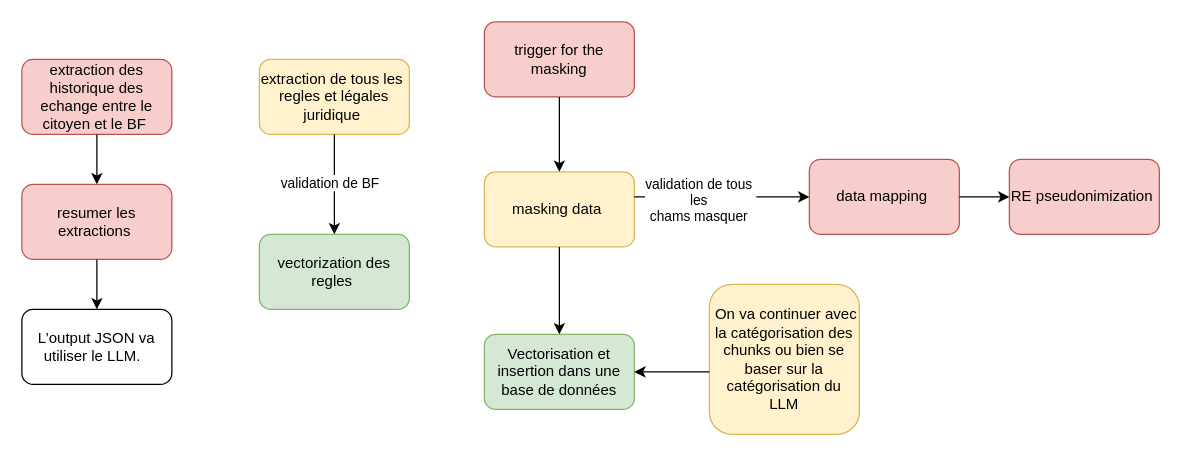
Before: flux restante.drawio in sahar389/api_go, a draw.io diagram. Source tidied: cells renumbered, new cells numbered last; positions are measured from the earlier drawing's top-left corner, leaving out a move shared by most shapes. Both pictures are drawn from the tidied source at 125%, with x=0, y=0 at pixel (21, 21).
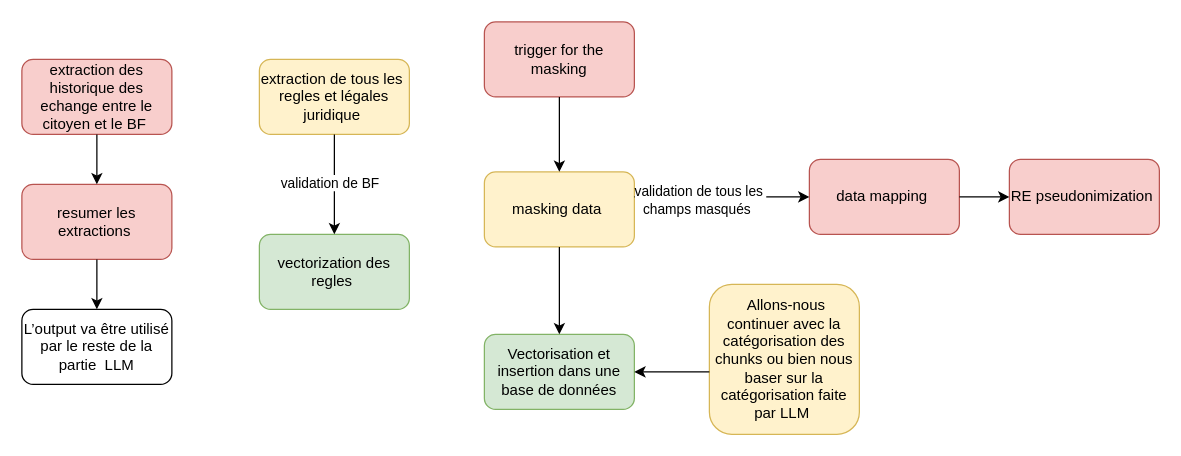
After the change.

The change refers to these unchanged cells:
```xml
<mxCell id="10" style="endArrow=classic;html=1;rounded=0;entryX=0;entryY=0.5;entryDx=0;entryDy=0;" parent="1" edge="1" target="6">
  <mxGeometry relative="1" as="geometry">
    <mxPoint x="490" y="140" as="sourcePoint" />
  </mxGeometry>
</mxCell>
```

What changed in the source:
```diff
@@
-    <mxCell id="7" value="&amp;nbsp;On va continuer avec la catégorisation des chunks ou bien se baser sur la catégorisation du LLM" style="rounded=1;whiteSpace=wrap;html=1;fillColor=#fff2cc;strokeColor=#d6b656;" parent="1" vertex="1">
+    <mxCell id="7" value="&amp;nbsp;Allons-nous continuer avec la catégorisation des chunks ou bien nous baser sur la catégorisation faite par LLM&amp;nbsp;" style="rounded=1;whiteSpace=wrap;html=1;fillColor=#fff2cc;strokeColor=#d6b656;" parent="1" vertex="1">
       <mxGeometry x="550" y="210" width="120" height="120" as="geometry" />
     </mxCell>
@@
-    <mxCell id="11" value="validation de tous&amp;nbsp;&lt;div&gt;les&amp;nbsp;&lt;div&gt;chams masquer&amp;nbsp;&lt;/div&gt;&lt;/div&gt;" style="edgeLabel;html=1;align=center;verticalAlign=middle;" parent="10" vertex="1">
+    <mxCell id="11" value="&lt;div&gt;&lt;div&gt;validation de tous les&amp;nbsp;&lt;/div&gt;&lt;div&gt;champs masqués &amp;nbsp;&lt;/div&gt;&lt;/div&gt;" style="edgeLabel;html=1;align=center;verticalAlign=middle;" parent="10" vertex="1">
       <mxGeometry x="-0.26" y="-2" relative="1" as="geometry" />
     </mxCell>
@@
-    <mxCell id="14" value="L’output JSON va utiliser le LLM. &amp;nbsp;" style="rounded=1;whiteSpace=wrap;html=1;" parent="1" vertex="1">
+    <mxCell id="14" value="L’output va être utilisé par le reste de la partie&amp;nbsp; LLM" style="rounded=1;whiteSpace=wrap;html=1;" parent="1" vertex="1">
       <mxGeometry y="230" width="120" height="60" as="geometry" />
     </mxCell>
```
